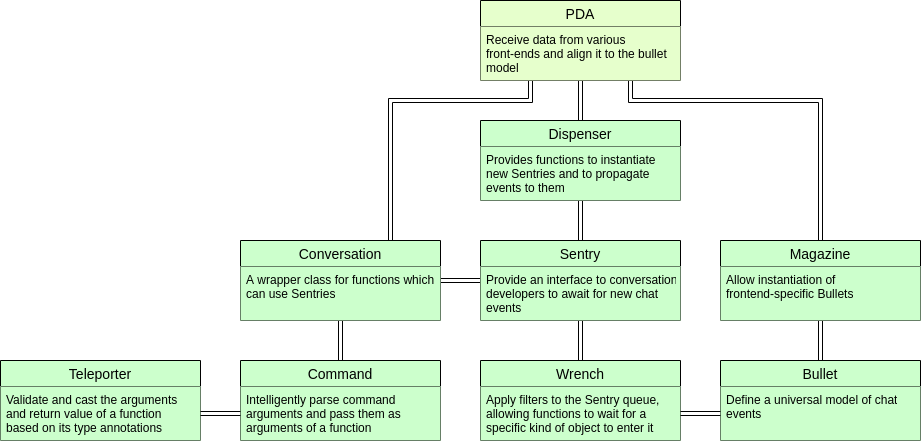
Earlier version of the draw.io export docs/source/_static/engineer_diagram.png (RYGhub/royalnet-6). Source tidied: cells renumbered, new cells last; positions are measured from the earlier drawing's top-left corner, leaving out a move shared by most shapes.
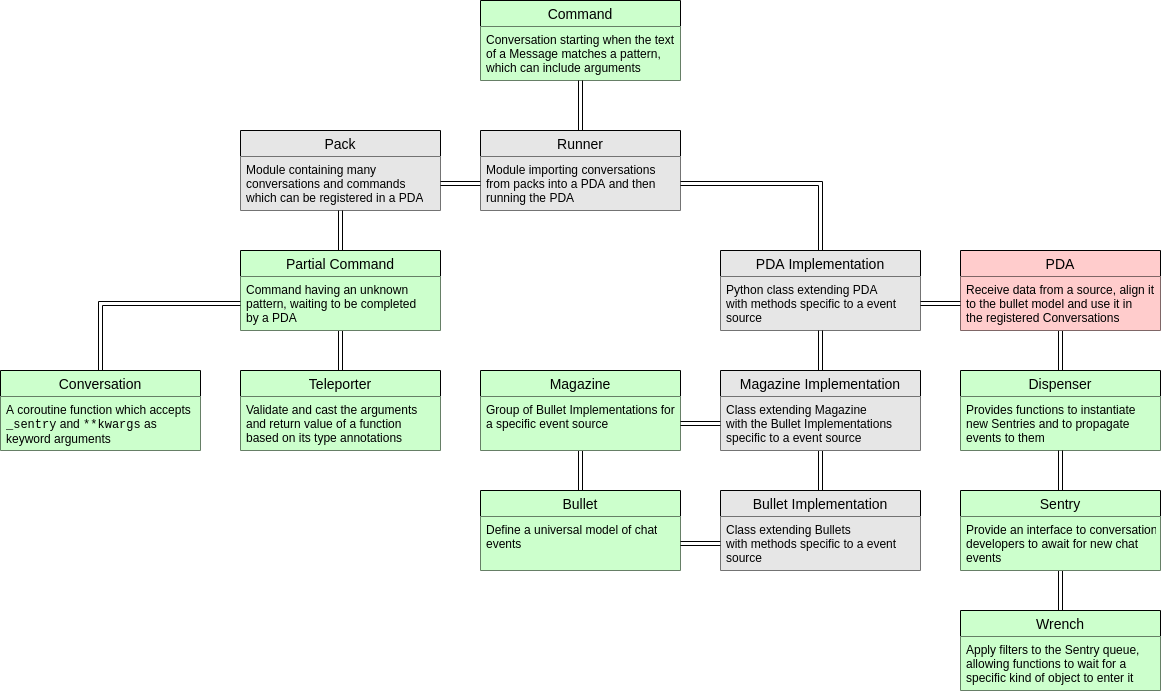
The same diagram one commit later.

Change to the diagram source:
```diff
@@ -2,99 +2,140 @@
   <root>
     <mxCell id="0" />
     <mxCell id="1" parent="0" />
+    <mxCell id="30" style="edgeStyle=orthogonalEdgeStyle;shape=link;rounded=0;jettySize=auto;html=1;exitX=0.5;exitY=0;exitDx=0;exitDy=0;entryX=0.5;entryY=1;entryDx=0;entryDy=0;" parent="1" edge="1" source="2" target="9">
+      <mxGeometry relative="1" as="geometry" />
+    </mxCell>
     <mxCell id="2" value="Wrench" style="swimlane;fontStyle=0;horizontal=1;startSize=26;align=center;fontSize=14;fillColor=#CCFFCC;" parent="1" vertex="1">
-      <mxGeometry x="480" y="360" width="200" height="80" as="geometry" />
+      <mxGeometry x="1080" y="640" width="200" height="80" as="geometry" />
     </mxCell>
     <mxCell id="3" value="Apply filters to the Sentry queue,&lt;br&gt;allowing functions to wait for a&lt;br&gt;specific kind of object to enter it" style="text;strokeColor=none;spacingLeft=4;spacingRight=4;overflow=hidden;points=[[0,0.5],[1,0.5]];portConstraint=eastwest;fontSize=12;html=1;fillColor=#CCFFCC;" parent="2" vertex="1">
       <mxGeometry y="26" width="200" height="54" as="geometry" />
     </mxCell>
-    <mxCell id="4" style="edgeStyle=orthogonalEdgeStyle;shape=link;rounded=0;jettySize=auto;html=1;exitX=0.5;exitY=1;exitDx=0;exitDy=0;entryX=0.5;entryY=0;entryDx=0;entryDy=0;" parent="1" edge="1" source="5" target="9">
-      <mxGeometry relative="1" as="geometry" />
-    </mxCell>
+    <mxCell id="31" style="edgeStyle=orthogonalEdgeStyle;shape=link;rounded=0;jettySize=auto;html=1;exitX=0.5;exitY=0;exitDx=0;exitDy=0;entryX=0.5;entryY=1;entryDx=0;entryDy=0;" parent="1" edge="1" source="5" target="18">
+      <mxGeometry relative="1" as="geometry" />
+    </mxCell>
     <mxCell id="5" value="Dispenser" style="swimlane;fontStyle=0;horizontal=1;startSize=26;align=center;fontSize=14;fillColor=#CCFFCC;" parent="1" vertex="1">
-      <mxGeometry x="480" y="120" width="200" height="80" as="geometry" />
+      <mxGeometry x="1080" y="400" width="200" height="80" as="geometry" />
     </mxCell>
     <mxCell id="6" value="&lt;div&gt;Provides functions to instantiate&lt;/div&gt;&lt;div&gt;new Sentries and to propagate&lt;/div&gt;&lt;div&gt;events to them&lt;br&gt;&lt;/div&gt;" style="text;strokeColor=none;spacingLeft=4;spacingRight=4;overflow=hidden;fontSize=12;html=1;fillColor=#CCFFCC;" parent="5" vertex="1">
       <mxGeometry y="26" width="200" height="54" as="geometry" />
     </mxCell>
-    <mxCell id="7" style="edgeStyle=orthogonalEdgeStyle;shape=link;rounded=0;jettySize=auto;html=1;exitX=0.5;exitY=1;exitDx=0;exitDy=0;entryX=0.5;entryY=0;entryDx=0;entryDy=0;" parent="1" edge="1" source="9" target="2">
-      <mxGeometry relative="1" as="geometry" />
-    </mxCell>
-    <mxCell id="8" style="edgeStyle=orthogonalEdgeStyle;shape=link;rounded=0;jettySize=auto;html=1;exitX=0;exitY=0.5;exitDx=0;exitDy=0;entryX=1;entryY=0.5;entryDx=0;entryDy=0;" parent="1" edge="1" source="9" target="23">
-      <mxGeometry relative="1" as="geometry" />
-    </mxCell>
+    <mxCell id="32" style="edgeStyle=orthogonalEdgeStyle;shape=link;rounded=0;jettySize=auto;html=1;exitX=0.5;exitY=0;exitDx=0;exitDy=0;entryX=0.5;entryY=1;entryDx=0;entryDy=0;" parent="1" edge="1" source="9" target="5">
+      <mxGeometry relative="1" as="geometry" />
+    </mxCell>
     <mxCell id="9" value="Sentry" style="swimlane;fontStyle=0;horizontal=1;startSize=26;align=center;fontSize=14;fillColor=#CCFFCC;" parent="1" vertex="1">
-      <mxGeometry x="480" y="240" width="200" height="80" as="geometry" />
+      <mxGeometry x="1080" y="520" width="200" height="80" as="geometry" />
     </mxCell>
     <mxCell id="10" value="Provide an interface to conversation&lt;br&gt;developers to await for new chat&lt;br&gt;events" style="text;strokeColor=none;spacingLeft=4;spacingRight=4;overflow=hidden;fontSize=12;html=1;fillColor=#CCFFCC;" parent="9" vertex="1">
       <mxGeometry y="26" width="200" height="54" as="geometry" />
     </mxCell>
     <mxCell id="11" value="Teleporter" style="swimlane;fontStyle=0;horizontal=1;startSize=26;align=center;fontSize=14;fillColor=#CCFFCC;" parent="1" vertex="1">
-      <mxGeometry y="360" width="200" height="80" as="geometry" />
+      <mxGeometry x="360" y="400" width="200" height="80" as="geometry" />
     </mxCell>
     <mxCell id="12" value="Validate and cast the arguments&lt;br&gt;and return value of a function&lt;br&gt;based on its type annotations" style="text;strokeColor=none;spacingLeft=4;spacingRight=4;overflow=hidden;points=[[0,0.5],[1,0.5]];portConstraint=eastwest;fontSize=12;html=1;fillColor=#CCFFCC;" parent="11" vertex="1">
       <mxGeometry y="26" width="200" height="54" as="geometry" />
     </mxCell>
+    <mxCell id="33" style="edgeStyle=orthogonalEdgeStyle;shape=link;rounded=0;jettySize=auto;html=1;exitX=0.5;exitY=0;exitDx=0;exitDy=0;entryX=0.5;entryY=1;entryDx=0;entryDy=0;" parent="1" edge="1" source="13" target="26">
+      <mxGeometry relative="1" as="geometry" />
+    </mxCell>
     <mxCell id="13" value="Bullet" style="swimlane;fontStyle=0;horizontal=1;startSize=26;align=center;fontSize=14;fillColor=#CCFFCC;" parent="1" vertex="1">
-      <mxGeometry x="720" y="360" width="200" height="80" as="geometry" />
+      <mxGeometry x="600" y="520" width="200" height="80" as="geometry" />
     </mxCell>
     <mxCell id="14" value="&lt;div&gt;Define a universal model of chat&lt;/div&gt;&lt;div&gt;events&lt;/div&gt;" style="text;strokeColor=none;spacingLeft=4;spacingRight=4;overflow=hidden;points=[[0,0.5],[1,0.5]];portConstraint=eastwest;fontSize=12;html=1;fillColor=#CCFFCC;" parent="13" vertex="1">
       <mxGeometry y="26" width="200" height="54" as="geometry" />
     </mxCell>
-    <mxCell id="15" style="edgeStyle=orthogonalEdgeStyle;shape=link;rounded=0;jettySize=auto;html=1;exitX=0.5;exitY=1;exitDx=0;exitDy=0;entryX=0.5;entryY=0;entryDx=0;entryDy=0;" parent="1" edge="1" source="18" target="5">
-      <mxGeometry relative="1" as="geometry" />
-    </mxCell>
-    <mxCell id="16" style="edgeStyle=orthogonalEdgeStyle;shape=link;rounded=0;jettySize=auto;html=1;exitX=0.25;exitY=1;exitDx=0;exitDy=0;entryX=0.75;entryY=0;entryDx=0;entryDy=0;" parent="1" edge="1" source="18" target="23">
-      <mxGeometry relative="1" as="geometry">
-        <Array as="points">
-          <mxPoint x="530" y="100" />
-          <mxPoint x="390" y="100" />
-        </Array>
-      </mxGeometry>
-    </mxCell>
-    <mxCell id="17" style="edgeStyle=orthogonalEdgeStyle;shape=link;rounded=0;jettySize=auto;html=1;exitX=0.75;exitY=1;exitDx=0;exitDy=0;entryX=0.5;entryY=0;entryDx=0;entryDy=0;" parent="1" edge="1" source="18" target="26">
-      <mxGeometry relative="1" as="geometry">
-        <Array as="points">
-          <mxPoint x="630" y="100" />
-          <mxPoint x="820" y="100" />
-        </Array>
-      </mxGeometry>
-    </mxCell>
-    <mxCell id="18" value="PDA" style="swimlane;fontStyle=0;horizontal=1;startSize=26;align=center;fontSize=14;glass=0;swimlaneFillColor=none;rounded=0;shadow=0;fillColor=#E6FFCC;" parent="1" vertex="1">
-      <mxGeometry x="480" width="200" height="80" as="geometry" />
+    <mxCell id="18" value="PDA" style="swimlane;fontStyle=0;horizontal=1;startSize=26;align=center;fontSize=14;glass=0;swimlaneFillColor=none;rounded=0;shadow=0;fillColor=#FFCCCC;" parent="1" vertex="1">
+      <mxGeometry x="1080" y="280" width="200" height="80" as="geometry" />
     </mxCell>
-    <mxCell id="19" value="&lt;div&gt;Receive data from various &lt;br&gt;&lt;/div&gt;&lt;div&gt;front-ends and align it to the bullet&lt;/div&gt;&lt;div&gt;model&lt;br&gt;&lt;/div&gt;" style="text;strokeColor=none;spacingLeft=4;spacingRight=4;overflow=hidden;points=[[0,0.5],[1,0.5]];portConstraint=eastwest;fontSize=12;html=1;glass=0;rounded=0;fillColor=#E6FFCC;" parent="18" vertex="1">
+    <mxCell id="19" value="&lt;div&gt;Receive data from a source,&amp;nbsp;&lt;span&gt;align it&lt;/span&gt;&lt;/div&gt;&lt;div&gt;&lt;span&gt;to the bullet&amp;nbsp;&lt;/span&gt;&lt;span&gt;model and&amp;nbsp;&lt;/span&gt;&lt;span&gt;use it in&amp;nbsp;&lt;/span&gt;&lt;/div&gt;&lt;div&gt;&lt;span&gt;the registered Conversations&lt;/span&gt;&lt;/div&gt;" style="text;strokeColor=none;spacingLeft=4;spacingRight=4;overflow=hidden;points=[[0,0.5],[1,0.5]];portConstraint=eastwest;fontSize=12;html=1;glass=0;rounded=0;fillColor=#FFCCCC;" parent="18" vertex="1">
       <mxGeometry y="26" width="200" height="54" as="geometry" />
     </mxCell>
     <mxCell id="20" value="Command" style="swimlane;fontStyle=0;horizontal=1;startSize=26;align=center;fontSize=14;glass=0;swimlaneFillColor=none;rounded=0;shadow=0;fillColor=#CCFFCC;" parent="1" vertex="1">
-      <mxGeometry x="240" y="360" width="200" height="80" as="geometry" />
+      <mxGeometry x="600" y="30" width="200" height="80" as="geometry" />
     </mxCell>
-    <mxCell id="21" value="&lt;div&gt;Intelligently parse command&lt;/div&gt;&lt;div&gt;arguments and pass them as &lt;br&gt;&lt;/div&gt;&lt;div&gt;arguments of a function&lt;br&gt;&lt;/div&gt;" style="text;strokeColor=none;spacingLeft=4;spacingRight=4;overflow=hidden;points=[[0,0.5],[1,0.5]];portConstraint=eastwest;fontSize=12;html=1;glass=0;rounded=0;fillColor=#CCFFCC;" parent="20" vertex="1">
+    <mxCell id="21" value="&lt;div&gt;Conversation starting when&amp;nbsp;&lt;span&gt;the text&lt;/span&gt;&lt;/div&gt;&lt;div&gt;&lt;span&gt;of a Message matches&amp;nbsp;&lt;/span&gt;&lt;span&gt;a pattern,&lt;/span&gt;&lt;/div&gt;&lt;div&gt;which can include arguments&lt;/div&gt;" style="text;strokeColor=none;spacingLeft=4;spacingRight=4;overflow=hidden;points=[[0,0.5],[1,0.5]];portConstraint=eastwest;fontSize=12;html=1;glass=0;rounded=0;fillColor=#CCFFCC;" parent="20" vertex="1">
       <mxGeometry y="26" width="200" height="54" as="geometry" />
     </mxCell>
-    <mxCell id="22" style="edgeStyle=orthogonalEdgeStyle;shape=link;rounded=0;jettySize=auto;html=1;exitX=0.5;exitY=1;exitDx=0;exitDy=0;entryX=0.5;entryY=0;entryDx=0;entryDy=0;" parent="1" edge="1" source="23" target="20">
-      <mxGeometry relative="1" as="geometry" />
-    </mxCell>
     <mxCell id="23" value="Conversation" style="swimlane;fontStyle=0;horizontal=1;startSize=26;align=center;fontSize=14;fillColor=#CCFFCC;" parent="1" vertex="1">
-      <mxGeometry x="240" y="240" width="200" height="80" as="geometry" />
+      <mxGeometry x="120" y="400" width="200" height="80" as="geometry" />
     </mxCell>
-    <mxCell id="24" value="A wrapper class for functions which&lt;br&gt;can use Sentries" style="text;strokeColor=none;spacingLeft=4;spacingRight=4;overflow=hidden;fontSize=12;html=1;fillColor=#CCFFCC;" parent="23" vertex="1">
+    <mxCell id="24" value="A coroutine function which accepts&lt;br&gt;&lt;font face=&quot;Courier New&quot;&gt;_sentry&lt;/font&gt; and &lt;font face=&quot;Courier New&quot;&gt;**kwargs&lt;/font&gt; as &lt;br&gt;keyword arguments" style="text;strokeColor=none;spacingLeft=4;spacingRight=4;overflow=hidden;fontSize=12;html=1;fillColor=#CCFFCC;" parent="23" vertex="1">
       <mxGeometry y="26" width="200" height="54" as="geometry" />
     </mxCell>
-    <mxCell id="25" style="edgeStyle=orthogonalEdgeStyle;shape=link;rounded=0;jettySize=auto;html=1;exitX=0.5;exitY=1;exitDx=0;exitDy=0;entryX=0.5;entryY=0;entryDx=0;entryDy=0;" parent="1" edge="1" source="26" target="13">
-      <mxGeometry relative="1" as="geometry" />
-    </mxCell>
     <mxCell id="26" value="Magazine" style="swimlane;fontStyle=0;horizontal=1;startSize=26;align=center;fontSize=14;fillColor=#CCFFCC;" parent="1" vertex="1">
-      <mxGeometry x="720" y="240" width="200" height="80" as="geometry" />
+      <mxGeometry x="600" y="400" width="200" height="80" as="geometry" />
     </mxCell>
-    <mxCell id="27" value="Allow instantiation of &lt;br&gt;frontend-specific Bullets" style="text;strokeColor=none;spacingLeft=4;spacingRight=4;overflow=hidden;points=[[0,0.5],[1,0.5]];portConstraint=eastwest;fontSize=12;html=1;fillColor=#CCFFCC;" parent="26" vertex="1">
+    <mxCell id="27" value="Group of Bullet Implementations for&lt;br&gt;a specific event source" style="text;strokeColor=none;spacingLeft=4;spacingRight=4;overflow=hidden;points=[[0,0.5],[1,0.5]];portConstraint=eastwest;fontSize=12;html=1;fillColor=#CCFFCC;" parent="26" vertex="1">
       <mxGeometry y="26" width="200" height="54" as="geometry" />
     </mxCell>
-    <mxCell id="28" style="edgeStyle=orthogonalEdgeStyle;shape=link;rounded=0;jettySize=auto;html=1;exitX=0;exitY=0.5;exitDx=0;exitDy=0;entryX=1;entryY=0.5;entryDx=0;entryDy=0;" parent="1" edge="1" source="21" target="12">
-      <mxGeometry relative="1" as="geometry" />
-    </mxCell>
-    <mxCell id="29" style="edgeStyle=orthogonalEdgeStyle;shape=link;rounded=0;jettySize=auto;html=1;exitX=1;exitY=0.5;exitDx=0;exitDy=0;entryX=0;entryY=0.5;entryDx=0;entryDy=0;" parent="1" edge="1" source="3" target="14">
-      <mxGeometry relative="1" as="geometry" />
-    </mxCell>
+    <mxCell id="34" value="Pack" style="swimlane;fontStyle=0;horizontal=1;startSize=26;align=center;fontSize=14;glass=0;swimlaneFillColor=none;rounded=0;shadow=0;fillColor=#E6E6E6;" parent="1" vertex="1">
+      <mxGeometry x="360" y="160" width="200" height="80" as="geometry" />
+    </mxCell>
+    <mxCell id="35" value="&lt;div&gt;Module containing many&lt;/div&gt;&lt;div&gt;conversations and commands&lt;/div&gt;&lt;div&gt;which can be registered in a PDA&lt;/div&gt;" style="text;strokeColor=none;spacingLeft=4;spacingRight=4;overflow=hidden;points=[[0,0.5],[1,0.5]];portConstraint=eastwest;fontSize=12;html=1;glass=0;rounded=0;fillColor=#E6E6E6;" parent="34" vertex="1">
+      <mxGeometry y="26" width="200" height="54" as="geometry" />
+    </mxCell>
+    <mxCell id="36" style="edgeStyle=orthogonalEdgeStyle;shape=link;rounded=0;jettySize=auto;html=1;exitX=0.5;exitY=0;exitDx=0;exitDy=0;entryX=0.5;entryY=1;entryDx=0;entryDy=0;" parent="1" edge="1" source="37" target="20">
+      <mxGeometry relative="1" as="geometry" />
+    </mxCell>
+    <mxCell id="37" value="Runner" style="swimlane;fontStyle=0;horizontal=1;startSize=26;align=center;fontSize=14;glass=0;swimlaneFillColor=none;rounded=0;shadow=0;fillColor=#E6E6E6;" parent="1" vertex="1">
+      <mxGeometry x="600" y="160" width="200" height="80" as="geometry" />
+    </mxCell>
+    <mxCell id="38" value="&lt;div&gt;Module importing&amp;nbsp;&lt;span&gt;conversations&lt;/span&gt;&lt;/div&gt;&lt;div&gt;&lt;span&gt;from packs into a&amp;nbsp;&lt;/span&gt;&lt;span&gt;PDA and then&amp;nbsp;&lt;/span&gt;&lt;/div&gt;&lt;div&gt;&lt;span&gt;running the PDA&lt;/span&gt;&lt;/div&gt;" style="text;strokeColor=none;spacingLeft=4;spacingRight=4;overflow=hidden;points=[[0,0.5],[1,0.5]];portConstraint=eastwest;fontSize=12;html=1;glass=0;rounded=0;fillColor=#E6E6E6;" parent="37" vertex="1">
+      <mxGeometry y="26" width="200" height="54" as="geometry" />
+    </mxCell>
+    <mxCell id="39" style="edgeStyle=orthogonalEdgeStyle;shape=link;rounded=0;jettySize=auto;html=1;exitX=0.5;exitY=0;exitDx=0;exitDy=0;entryX=1;entryY=0.5;entryDx=0;entryDy=0;" parent="1" edge="1" source="40" target="38">
+      <mxGeometry relative="1" as="geometry" />
+    </mxCell>
+    <mxCell id="40" value="PDA Implementation" style="swimlane;fontStyle=0;horizontal=1;startSize=26;align=center;fontSize=14;glass=0;swimlaneFillColor=none;rounded=0;shadow=0;fillColor=#E6E6E6;" parent="1" vertex="1">
+      <mxGeometry x="840" y="280" width="200" height="80" as="geometry" />
+    </mxCell>
+    <mxCell id="41" value="Python class extending PDA&lt;br&gt;with methods specific to a event&lt;br&gt;source" style="text;strokeColor=none;spacingLeft=4;spacingRight=4;overflow=hidden;points=[[0,0.5],[1,0.5]];portConstraint=eastwest;fontSize=12;html=1;glass=0;rounded=0;fillColor=#E6E6E6;" parent="40" vertex="1">
+      <mxGeometry y="26" width="200" height="54" as="geometry" />
+    </mxCell>
+    <mxCell id="42" style="edgeStyle=orthogonalEdgeStyle;shape=link;rounded=0;jettySize=auto;html=1;exitX=0.5;exitY=0;exitDx=0;exitDy=0;entryX=0.5;entryY=1;entryDx=0;entryDy=0;" parent="1" edge="1" source="43" target="46">
+      <mxGeometry relative="1" as="geometry" />
+    </mxCell>
+    <mxCell id="43" value="Bullet Implementation" style="swimlane;fontStyle=0;horizontal=1;startSize=26;align=center;fontSize=14;glass=0;swimlaneFillColor=none;rounded=0;shadow=0;fillColor=#E6E6E6;" parent="1" vertex="1">
+      <mxGeometry x="840" y="520" width="200" height="80" as="geometry" />
+    </mxCell>
+    <mxCell id="44" value="Class extending Bullets&lt;br&gt;with methods specific to a event&lt;br&gt;source" style="text;strokeColor=none;spacingLeft=4;spacingRight=4;overflow=hidden;points=[[0,0.5],[1,0.5]];portConstraint=eastwest;fontSize=12;html=1;glass=0;rounded=0;fillColor=#E6E6E6;" parent="43" vertex="1">
+      <mxGeometry y="26" width="200" height="54" as="geometry" />
+    </mxCell>
+    <mxCell id="45" style="edgeStyle=orthogonalEdgeStyle;shape=link;rounded=0;jettySize=auto;html=1;exitX=0.5;exitY=0;exitDx=0;exitDy=0;entryX=0.5;entryY=1;entryDx=0;entryDy=0;" parent="1" edge="1" source="46" target="40">
+      <mxGeometry relative="1" as="geometry" />
+    </mxCell>
+    <mxCell id="46" value="Magazine Implementation" style="swimlane;fontStyle=0;horizontal=1;startSize=26;align=center;fontSize=14;glass=0;swimlaneFillColor=none;rounded=0;shadow=0;fillColor=#E6E6E6;" parent="1" vertex="1">
+      <mxGeometry x="840" y="400" width="200" height="80" as="geometry" />
+    </mxCell>
+    <mxCell id="47" value="Class extending Magazine&lt;br&gt;with the Bullet Implementations &lt;br&gt;specific to a event source" style="text;strokeColor=none;spacingLeft=4;spacingRight=4;overflow=hidden;points=[[0,0.5],[1,0.5]];portConstraint=eastwest;fontSize=12;html=1;glass=0;rounded=0;fillColor=#E6E6E6;" parent="46" vertex="1">
+      <mxGeometry y="26" width="200" height="54" as="geometry" />
+    </mxCell>
+    <mxCell id="48" style="edgeStyle=orthogonalEdgeStyle;shape=link;rounded=0;jettySize=auto;html=1;exitX=0.5;exitY=1;exitDx=0;exitDy=0;entryX=0.5;entryY=0;entryDx=0;entryDy=0;" parent="1" edge="1" source="50" target="11">
+      <mxGeometry relative="1" as="geometry" />
+    </mxCell>
+    <mxCell id="49" style="edgeStyle=orthogonalEdgeStyle;shape=link;rounded=0;jettySize=auto;html=1;exitX=0.5;exitY=0;exitDx=0;exitDy=0;entryX=0.5;entryY=1;entryDx=0;entryDy=0;" parent="1" edge="1" source="50" target="34">
+      <mxGeometry relative="1" as="geometry" />
+    </mxCell>
+    <mxCell id="50" value="Partial Command" style="swimlane;fontStyle=0;horizontal=1;startSize=26;align=center;fontSize=14;glass=0;swimlaneFillColor=none;rounded=0;shadow=0;fillColor=#CCFFCC;" parent="1" vertex="1">
+      <mxGeometry x="360" y="280" width="200" height="80" as="geometry" />
+    </mxCell>
+    <mxCell id="51" value="Command having an unknown&lt;br&gt;pattern, waiting to be completed&lt;br&gt;by a PDA" style="text;strokeColor=none;spacingLeft=4;spacingRight=4;overflow=hidden;points=[[0,0.5],[1,0.5]];portConstraint=eastwest;fontSize=12;html=1;glass=0;rounded=0;fillColor=#CCFFCC;" parent="50" vertex="1">
+      <mxGeometry y="26" width="200" height="54" as="geometry" />
+    </mxCell>
+    <mxCell id="52" style="edgeStyle=orthogonalEdgeStyle;shape=link;rounded=0;jettySize=auto;html=1;exitX=1;exitY=0.5;exitDx=0;exitDy=0;entryX=0;entryY=0.5;entryDx=0;entryDy=0;" parent="1" edge="1" source="27" target="47">
+      <mxGeometry relative="1" as="geometry" />
+    </mxCell>
+    <mxCell id="53" style="edgeStyle=orthogonalEdgeStyle;shape=link;rounded=0;jettySize=auto;html=1;exitX=1;exitY=0.5;exitDx=0;exitDy=0;entryX=0;entryY=0.5;entryDx=0;entryDy=0;" parent="1" edge="1" source="14" target="44">
+      <mxGeometry relative="1" as="geometry" />
+    </mxCell>
+    <mxCell id="54" style="edgeStyle=orthogonalEdgeStyle;shape=link;rounded=0;jettySize=auto;html=1;exitX=0;exitY=0.5;exitDx=0;exitDy=0;entryX=1;entryY=0.5;entryDx=0;entryDy=0;" parent="1" edge="1" source="19" target="41">
+      <mxGeometry relative="1" as="geometry" />
+    </mxCell>
+    <mxCell id="55" style="edgeStyle=orthogonalEdgeStyle;shape=link;rounded=0;jettySize=auto;html=1;exitX=1;exitY=0.5;exitDx=0;exitDy=0;entryX=0;entryY=0.5;entryDx=0;entryDy=0;" parent="1" edge="1" source="35" target="38">
+      <mxGeometry relative="1" as="geometry" />
+    </mxCell>
+    <mxCell id="56" style="edgeStyle=orthogonalEdgeStyle;shape=link;rounded=0;jettySize=auto;html=1;exitX=0;exitY=0.5;exitDx=0;exitDy=0;entryX=0.5;entryY=0;entryDx=0;entryDy=0;" parent="1" edge="1" source="51" target="23">
+      <mxGeometry relative="1" as="geometry" />
+    </mxCell>
   </root>
 </mxGraphModel>
```
